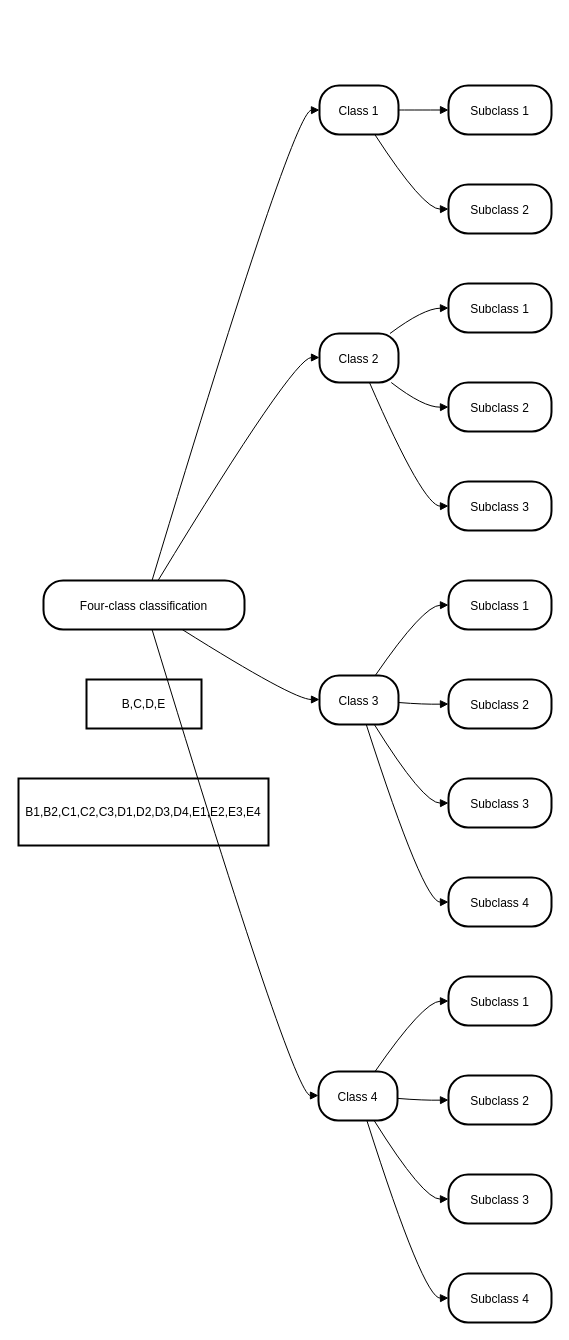
Earlier version of the draw.io diagram tipología.drawio (isabel-mm/guacamole). Source tidied: cells renumbered, new cells numbered last; positions are measured from the earlier drawing's top-left corner, leaving out a move shared by most shapes. Both pictures are drawn from the tidied source at 100%, with x=0, y=0 at pixel (18, 85).
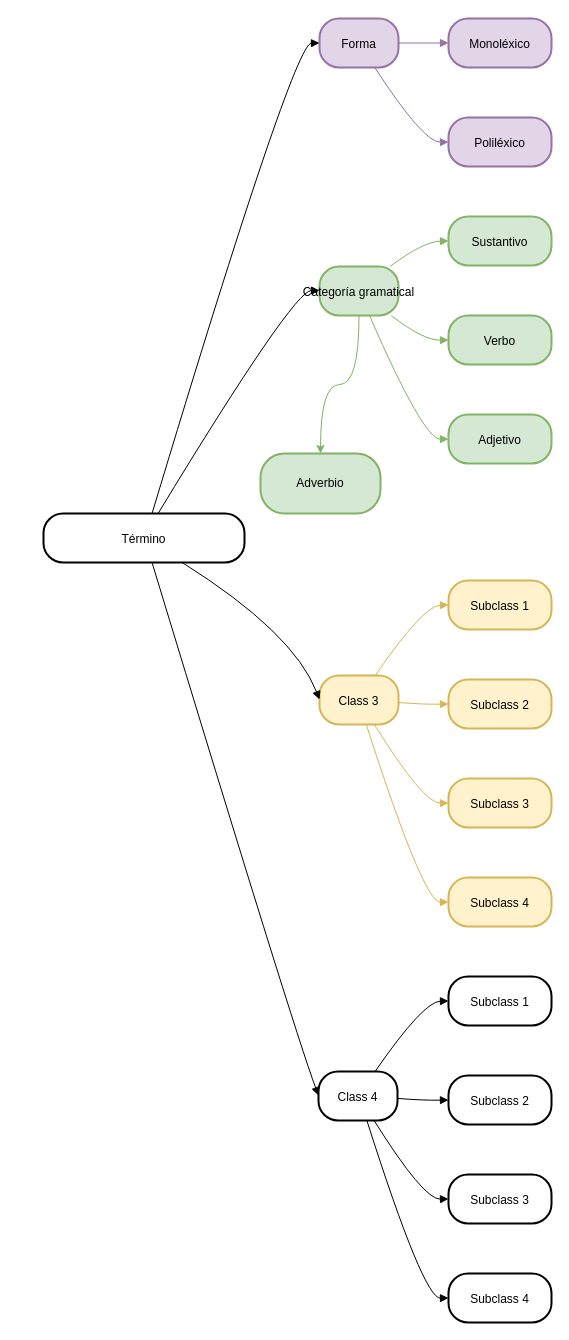
Above is the later version.

The change refers to these unchanged cells:
```xml
<mxCell id="6" value="Class 4" style="rounded=1;arcSize=40;strokeWidth=2;" parent="1" vertex="1">
  <mxGeometry x="300" y="986" width="79" height="49" as="geometry" />
</mxCell>
```

Change to the diagram source:
```diff
@@
-    <mxCell id="2" value="Four-class classification" style="rounded=1;arcSize=40;strokeWidth=2;" parent="1" vertex="1">
-      <mxGeometry x="25" y="495" width="201" height="49" as="geometry" />
+    <mxCell id="2" value="Término" style="rounded=1;arcSize=40;strokeWidth=2;" parent="1" vertex="1">
+      <mxGeometry x="25" y="428" width="201" height="49" as="geometry" />
     </mxCell>
-    <mxCell id="3" value="Class 1" style="rounded=1;arcSize=40;strokeWidth=2;" parent="1" vertex="1">
-      <mxGeometry x="301" width="79" height="49" as="geometry" />
+    <mxCell id="3" value="Forma" style="rounded=1;arcSize=40;strokeWidth=2;fillColor=#e1d5e7;strokeColor=#9673a6;" parent="1" vertex="1">
+      <mxGeometry x="301" y="-67" width="79" height="49" as="geometry" />
     </mxCell>
+    <mxCell id="39" style="edgeStyle=orthogonalEdgeStyle;rounded=0;hachureGap=4;jettySize=auto;html=1;fontFamily=Architects Daughter;fillColor=#d5e8d4;strokeColor=#82b366;flowAnimation=0;curved=1;" parent="1" edge="1" source="4" target="40">
+      <mxGeometry relative="1" as="geometry" />
+    </mxCell>
-    <mxCell id="4" value="Class 2" style="rounded=1;arcSize=40;strokeWidth=2;" parent="1" vertex="1">
-      <mxGeometry x="301" y="248" width="79" height="49" as="geometry" />
+    <mxCell id="4" value="Categoría gramatical" style="rounded=1;arcSize=40;strokeWidth=2;fillColor=#d5e8d4;strokeColor=#82b366;" parent="1" vertex="1">
+      <mxGeometry x="301" y="181" width="79" height="49" as="geometry" />
     </mxCell>
-    <mxCell id="5" value="Class 3" style="rounded=1;arcSize=40;strokeWidth=2;" parent="1" vertex="1">
+    <mxCell id="5" value="Class 3" style="rounded=1;arcSize=40;strokeWidth=2;fillColor=#fff2cc;strokeColor=#d6b656;" parent="1" vertex="1">
       <mxGeometry x="301" y="590" width="79" height="49" as="geometry" />
     </mxCell>
@@
-    <mxCell id="7" value="Subclass 1" style="rounded=1;arcSize=40;strokeWidth=2;" parent="1" vertex="1">
-      <mxGeometry x="430" width="103" height="49" as="geometry" />
+    <mxCell id="7" value="Monoléxico" style="rounded=1;arcSize=40;strokeWidth=2;fillColor=#e1d5e7;strokeColor=#9673a6;" parent="1" vertex="1">
+      <mxGeometry x="430" y="-67" width="103" height="49" as="geometry" />
     </mxCell>
-    <mxCell id="8" value="Subclass 2" style="rounded=1;arcSize=40;strokeWidth=2;" parent="1" vertex="1">
-      <mxGeometry x="430" y="99" width="103" height="49" as="geometry" />
+    <mxCell id="8" value="Poliléxico" style="rounded=1;arcSize=40;strokeWidth=2;fillColor=#e1d5e7;strokeColor=#9673a6;" parent="1" vertex="1">
+      <mxGeometry x="430" y="32" width="103" height="49" as="geometry" />
     </mxCell>
-    <mxCell id="9" value="Subclass 1" style="rounded=1;arcSize=40;strokeWidth=2;" parent="1" vertex="1">
-      <mxGeometry x="430" y="198" width="103" height="49" as="geometry" />
+    <mxCell id="9" value="Sustantivo" style="rounded=1;arcSize=40;strokeWidth=2;fillColor=#d5e8d4;strokeColor=#82b366;" parent="1" vertex="1">
+      <mxGeometry x="430" y="131" width="103" height="49" as="geometry" />
     </mxCell>
-    <mxCell id="10" value="Subclass 2" style="rounded=1;arcSize=40;strokeWidth=2;" parent="1" vertex="1">
-      <mxGeometry x="430" y="297" width="103" height="49" as="geometry" />
+    <mxCell id="10" value="Verbo" style="rounded=1;arcSize=40;strokeWidth=2;fillColor=#d5e8d4;strokeColor=#82b366;" parent="1" vertex="1">
+      <mxGeometry x="430" y="230" width="103" height="49" as="geometry" />
     </mxCell>
-    <mxCell id="11" value="Subclass 3" style="rounded=1;arcSize=40;strokeWidth=2;" parent="1" vertex="1">
-      <mxGeometry x="430" y="396" width="103" height="49" as="geometry" />
+    <mxCell id="11" value="Adjetivo" style="rounded=1;arcSize=40;strokeWidth=2;fillColor=#d5e8d4;strokeColor=#82b366;" parent="1" vertex="1">
+      <mxGeometry x="430" y="329" width="103" height="49" as="geometry" />
     </mxCell>
-    <mxCell id="12" value="Subclass 1" style="rounded=1;arcSize=40;strokeWidth=2;" parent="1" vertex="1">
+    <mxCell id="12" value="Subclass 1" style="rounded=1;arcSize=40;strokeWidth=2;fillColor=#fff2cc;strokeColor=#d6b656;" parent="1" vertex="1">
       <mxGeometry x="430" y="495" width="103" height="49" as="geometry" />
     </mxCell>
-    <mxCell id="13" value="Subclass 2" style="rounded=1;arcSize=40;strokeWidth=2;" parent="1" vertex="1">
+    <mxCell id="13" value="Subclass 2" style="rounded=1;arcSize=40;strokeWidth=2;fillColor=#fff2cc;strokeColor=#d6b656;" parent="1" vertex="1">
       <mxGeometry x="430" y="594" width="103" height="49" as="geometry" />
     </mxCell>
-    <mxCell id="14" value="Subclass 3" style="rounded=1;arcSize=40;strokeWidth=2;" parent="1" vertex="1">
+    <mxCell id="14" value="Subclass 3" style="rounded=1;arcSize=40;strokeWidth=2;fillColor=#fff2cc;strokeColor=#d6b656;" parent="1" vertex="1">
       <mxGeometry x="430" y="693" width="103" height="49" as="geometry" />
     </mxCell>
-    <mxCell id="15" value="Subclass 4" style="rounded=1;arcSize=40;strokeWidth=2;" parent="1" vertex="1">
+    <mxCell id="15" value="Subclass 4" style="rounded=1;arcSize=40;strokeWidth=2;fillColor=#fff2cc;strokeColor=#d6b656;" parent="1" vertex="1">
       <mxGeometry x="430" y="792" width="103" height="49" as="geometry" />
     </mxCell>
@@
-    <mxCell id="20" value="B,C,D,E" style="whiteSpace=wrap;strokeWidth=2;" parent="1" vertex="1">
-      <mxGeometry x="68" y="594" width="115" height="49" as="geometry" />
-    </mxCell>
-    <mxCell id="21" value="B1,B2,C1,C2,C3,D1,D2,D3,D4,E1,E2,E3,E4" style="whiteSpace=wrap;strokeWidth=2;" parent="1" vertex="1">
-      <mxGeometry y="693" width="250" height="67" as="geometry" />
-    </mxCell>
     <mxCell id="22" style="curved=1;startArrow=none;endArrow=block;exitX=0.54;exitY=0;entryX=0;entryY=0.5;" parent="1" edge="1" source="2" target="3">
       <mxGeometry relative="1" as="geometry">
         <Array as="points">
-          <mxPoint x="275" y="25" />
+          <mxPoint x="275" y="-42" />
         </Array>
       </mxGeometry>
     </mxCell>
     <mxCell id="23" style="curved=1;startArrow=none;endArrow=block;exitX=0.57;exitY=0;entryX=0;entryY=0.49;" parent="1" edge="1" source="2" target="4">
       <mxGeometry relative="1" as="geometry">
         <Array as="points">
-          <mxPoint x="275" y="272" />
+          <mxPoint x="275" y="205" />
         </Array>
       </mxGeometry>
     </mxCell>
     <mxCell id="24" style="curved=1;startArrow=none;endArrow=block;exitX=0.69;exitY=1;entryX=0;entryY=0.49;" parent="1" edge="1" source="2" target="5">
       <mxGeometry relative="1" as="geometry">
         <Array as="points">
-          <mxPoint x="275" y="614" />
+          <mxPoint x="275" y="547" />
         </Array>
       </mxGeometry>
     </mxCell>
     <mxCell id="25" style="curved=1;startArrow=none;endArrow=block;exitX=0.54;exitY=1;entryX=0;entryY=0.49;" parent="1" edge="1" source="2" target="6">
       <mxGeometry relative="1" as="geometry">
         <Array as="points">
-          <mxPoint x="275" y="1010" />
+          <mxPoint x="275" y="943" />
         </Array>
       </mxGeometry>
     </mxCell>
-    <mxCell id="26" style="curved=1;startArrow=none;endArrow=block;exitX=0.99;exitY=0.5;entryX=0;entryY=0.5;" parent="1" edge="1" source="3" target="7">
+    <mxCell id="26" style="curved=1;startArrow=none;endArrow=block;exitX=0.99;exitY=0.5;entryX=0;entryY=0.5;fillColor=#e1d5e7;strokeColor=#9673a6;" parent="1" edge="1" source="3" target="7">
       <mxGeometry relative="1" as="geometry" />
     </mxCell>
-    <mxCell id="27" style="curved=1;startArrow=none;endArrow=block;exitX=0.7;exitY=1;entryX=0;entryY=0.5;" parent="1" edge="1" source="3" target="8">
+    <mxCell id="27" style="curved=1;startArrow=none;endArrow=block;exitX=0.7;exitY=1;entryX=0;entryY=0.5;fillColor=#e1d5e7;strokeColor=#9673a6;" parent="1" edge="1" source="3" target="8">
       <mxGeometry relative="1" as="geometry">
         <Array as="points">
-          <mxPoint x="405" y="124" />
+          <mxPoint x="405" y="57" />
         </Array>
       </mxGeometry>
     </mxCell>
-    <mxCell id="28" style="curved=1;startArrow=none;endArrow=block;exitX=0.9;exitY=-0.01;entryX=0;entryY=0.5;" parent="1" edge="1" source="4" target="9">
+    <mxCell id="28" style="curved=1;startArrow=none;endArrow=block;exitX=0.9;exitY=-0.01;entryX=0;entryY=0.5;fillColor=#d5e8d4;strokeColor=#82b366;" parent="1" edge="1" source="4" target="9">
       <mxGeometry relative="1" as="geometry">
         <Array as="points">
-          <mxPoint x="405" y="223" />
+          <mxPoint x="405" y="156" />
         </Array>
       </mxGeometry>
     </mxCell>
-    <mxCell id="29" style="curved=1;startArrow=none;endArrow=block;exitX=0.9;exitY=0.99;entryX=0;entryY=0.5;" parent="1" edge="1" source="4" target="10">
+    <mxCell id="29" style="curved=1;startArrow=none;endArrow=block;exitX=0.9;exitY=0.99;entryX=0;entryY=0.5;fillColor=#d5e8d4;strokeColor=#82b366;" parent="1" edge="1" source="4" target="10">
       <mxGeometry relative="1" as="geometry">
         <Array as="points">
-          <mxPoint x="405" y="322" />
+          <mxPoint x="405" y="255" />
         </Array>
       </mxGeometry>
     </mxCell>
-    <mxCell id="30" style="curved=1;startArrow=none;endArrow=block;exitX=0.63;exitY=0.99;entryX=0;entryY=0.5;" parent="1" edge="1" source="4" target="11">
+    <mxCell id="30" style="curved=1;startArrow=none;endArrow=block;exitX=0.63;exitY=0.99;entryX=0;entryY=0.5;fillColor=#d5e8d4;strokeColor=#82b366;" parent="1" edge="1" source="4" target="11">
       <mxGeometry relative="1" as="geometry">
         <Array as="points">
-          <mxPoint x="405" y="421" />
+          <mxPoint x="405" y="354" />
         </Array>
       </mxGeometry>
     </mxCell>
-    <mxCell id="31" style="curved=1;startArrow=none;endArrow=block;exitX=0.71;exitY=-0.01;entryX=0;entryY=0.5;" parent="1" edge="1" source="5" target="12">
+    <mxCell id="31" style="curved=1;startArrow=none;endArrow=block;exitX=0.71;exitY=-0.01;entryX=0;entryY=0.5;fillColor=#fff2cc;strokeColor=#d6b656;" parent="1" edge="1" source="5" target="12">
       <mxGeometry relative="1" as="geometry">
         <Array as="points">
           <mxPoint x="405" y="520" />
         </Array>
       </mxGeometry>
     </mxCell>
-    <mxCell id="32" style="curved=1;startArrow=none;endArrow=block;exitX=0.99;exitY=0.55;entryX=0;entryY=0.5;" parent="1" edge="1" source="5" target="13">
+    <mxCell id="32" style="curved=1;startArrow=none;endArrow=block;exitX=0.99;exitY=0.55;entryX=0;entryY=0.5;fillColor=#fff2cc;strokeColor=#d6b656;" parent="1" edge="1" source="5" target="13">
       <mxGeometry relative="1" as="geometry">
         <Array as="points">
           <mxPoint x="405" y="619" />
         </Array>
       </mxGeometry>
     </mxCell>
-    <mxCell id="33" style="curved=1;startArrow=none;endArrow=block;exitX=0.69;exitY=0.99;entryX=0;entryY=0.5;" parent="1" edge="1" source="5" target="14">
+    <mxCell id="33" style="curved=1;startArrow=none;endArrow=block;exitX=0.69;exitY=0.99;entryX=0;entryY=0.5;fillColor=#fff2cc;strokeColor=#d6b656;" parent="1" edge="1" source="5" target="14">
       <mxGeometry relative="1" as="geometry">
         <Array as="points">
           <mxPoint x="405" y="718" />
         </Array>
       </mxGeometry>
     </mxCell>
-    <mxCell id="34" style="curved=1;startArrow=none;endArrow=block;exitX=0.59;exitY=0.99;entryX=0;entryY=0.5;" parent="1" edge="1" source="5" target="15">
+    <mxCell id="34" style="curved=1;startArrow=none;endArrow=block;exitX=0.59;exitY=0.99;entryX=0;entryY=0.5;fillColor=#fff2cc;strokeColor=#d6b656;" parent="1" edge="1" source="5" target="15">
       <mxGeometry relative="1" as="geometry">
         <Array as="points">
           <mxPoint x="405" y="817" />
         </Array>
       </mxGeometry>
     </mxCell>
@@
+    <mxCell id="40" value="Adverbio" style="whiteSpace=wrap;html=1;rounded=1;arcSize=40;strokeWidth=2;fillColor=#d5e8d4;strokeColor=#82b366;" parent="1" vertex="1">
+      <mxGeometry x="242" y="368" width="120" height="60" as="geometry" />
+    </mxCell>
```
